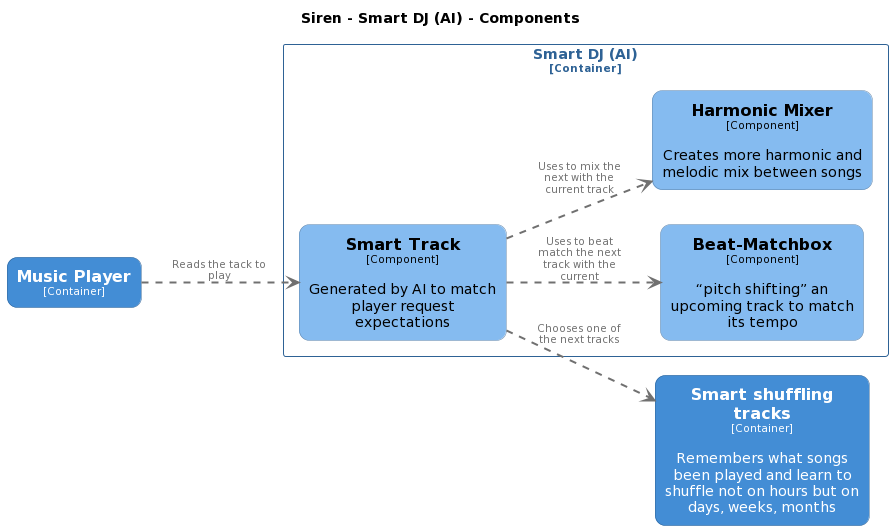
Earlier version of the PlantUML export docs/Siren.DJ.Component.png (DenisZhukovski/Siren). Source of this version:
```plantuml
@startuml
set separator none
title Siren - Smart DJ (AI) - Components

left to right direction

skinparam {
  arrowFontSize 10
  defaultTextAlignment center
  wrapWidth 200
  maxMessageSize 100
}

hide stereotype

skinparam rectangle<<Siren.SmartDJAI.BeatMatchbox>> {
  BackgroundColor #85bbf0
  FontColor #000000
  BorderColor #5d82a8
  roundCorner 20
  shadowing false
}
skinparam rectangle<<Siren.SmartDJAI.HarmonicMixer>> {
  BackgroundColor #85bbf0
  FontColor #000000
  BorderColor #5d82a8
  roundCorner 20
  shadowing false
}
skinparam rectangle<<Siren.MusicPlayer>> {
  BackgroundColor #438dd5
  FontColor #ffffff
  BorderColor #2e6295
  roundCorner 20
  shadowing false
}
skinparam rectangle<<Siren.SmartDJAI.SmartTrack>> {
  BackgroundColor #85bbf0
  FontColor #000000
  BorderColor #5d82a8
  roundCorner 20
  shadowing false
}
skinparam rectangle<<Siren.Smartshufflingtracks>> {
  BackgroundColor #438dd5
  FontColor #ffffff
  BorderColor #2e6295
  roundCorner 20
  shadowing false
}
skinparam rectangle<<Siren.SmartDJAI>> {
  BorderColor #2e6295
  FontColor #2e6295
  shadowing false
}

rectangle "==Music Player\n<size:10>[Container]</size>" <<Siren.MusicPlayer>> as Siren.MusicPlayer
rectangle "==Smart shuffling tracks\n<size:10>[Container]</size>\n\nRemembers what songs been played and learn to shuffle not on hours but on days, weeks, months" <<Siren.Smartshufflingtracks>> as Siren.Smartshufflingtracks

rectangle "Smart DJ (AI)\n<size:10>[Container]</size>" <<Siren.SmartDJAI>> {
  rectangle "==Smart Track\n<size:10>[Component]</size>\n\nGenerated by AI to match player request expectations" <<Siren.SmartDJAI.SmartTrack>> as Siren.SmartDJAI.SmartTrack
  rectangle "==Beat-Matchbox\n<size:10>[Component]</size>\n\n“pitch shifting” an upcoming track to match its tempo" <<Siren.SmartDJAI.BeatMatchbox>> as Siren.SmartDJAI.BeatMatchbox
  rectangle "==Harmonic Mixer\n<size:10>[Component]</size>\n\nCreates more harmonic and melodic mix between songs" <<Siren.SmartDJAI.HarmonicMixer>> as Siren.SmartDJAI.HarmonicMixer
}

Siren.MusicPlayer .[#707070,thickness=2].> Siren.SmartDJAI.SmartTrack : "<color:#707070>Reads the tack to play"
Siren.SmartDJAI.SmartTrack .[#707070,thickness=2].> Siren.SmartDJAI.BeatMatchbox : "<color:#707070>Uses to beat match the next track with the current"
Siren.SmartDJAI.SmartTrack .[#707070,thickness=2].> Siren.SmartDJAI.HarmonicMixer : "<color:#707070>Uses to mix the next with the current track"
Siren.SmartDJAI.SmartTrack .[#707070,thickness=2].> Siren.Smartshufflingtracks : "<color:#707070>Chooses one of the next tracks"
@enduml
```
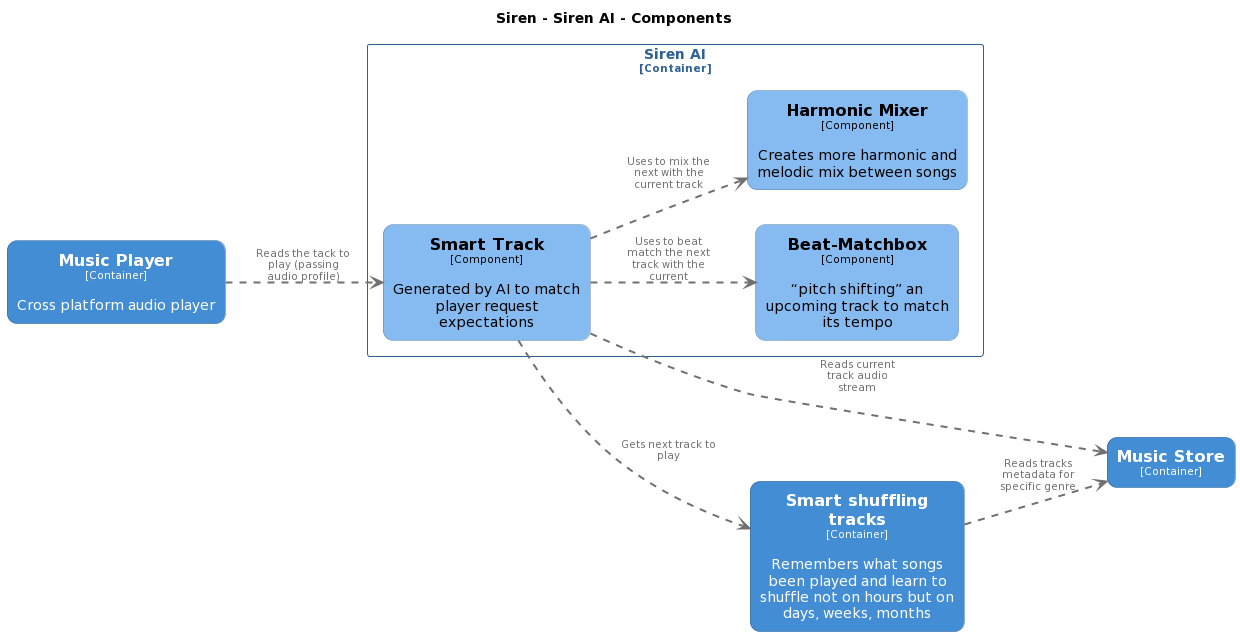
After the commit.

Diff of the diagram source:
```diff
@@ -1,6 +1,6 @@
 @startuml
 set separator none
-title Siren - Smart DJ (AI) - Components
+title Siren - Siren AI - Components
 
 left to right direction
 
@@ -13,14 +13,14 @@
 
 hide stereotype
 
-skinparam rectangle<<Siren.SmartDJAI.BeatMatchbox>> {
+skinparam rectangle<<Siren.SirenAI.BeatMatchbox>> {
   BackgroundColor #85bbf0
   FontColor #000000
   BorderColor #5d82a8
   roundCorner 20
   shadowing false
 }
-skinparam rectangle<<Siren.SmartDJAI.HarmonicMixer>> {
+skinparam rectangle<<Siren.SirenAI.HarmonicMixer>> {
   BackgroundColor #85bbf0
   FontColor #000000
   BorderColor #5d82a8
@@ -34,7 +34,14 @@
   roundCorner 20
   shadowing false
 }
-skinparam rectangle<<Siren.SmartDJAI.SmartTrack>> {
+skinparam rectangle<<Siren.MusicStore>> {
+  BackgroundColor #438dd5
+  FontColor #ffffff
+  BorderColor #2e6295
+  roundCorner 20
+  shadowing false
+}
+skinparam rectangle<<Siren.SirenAI.SmartTrack>> {
   BackgroundColor #85bbf0
   FontColor #000000
   BorderColor #5d82a8
@@ -48,23 +55,26 @@
   roundCorner 20
   shadowing false
 }
-skinparam rectangle<<Siren.SmartDJAI>> {
+skinparam rectangle<<Siren.SirenAI>> {
   BorderColor #2e6295
   FontColor #2e6295
   shadowing false
 }
 
-rectangle "==Music Player\n<size:10>[Container]</size>" <<Siren.MusicPlayer>> as Siren.MusicPlayer
+rectangle "==Music Store\n<size:10>[Container]</size>" <<Siren.MusicStore>> as Siren.MusicStore
+rectangle "==Music Player\n<size:10>[Container]</size>\n\nCross platform audio player" <<Siren.MusicPlayer>> as Siren.MusicPlayer
 rectangle "==Smart shuffling tracks\n<size:10>[Container]</size>\n\nRemembers what songs been played and learn to shuffle not on hours but on days, weeks, months" <<Siren.Smartshufflingtracks>> as Siren.Smartshufflingtracks
 
-rectangle "Smart DJ (AI)\n<size:10>[Container]</size>" <<Siren.SmartDJAI>> {
-  rectangle "==Smart Track\n<size:10>[Component]</size>\n\nGenerated by AI to match player request expectations" <<Siren.SmartDJAI.SmartTrack>> as Siren.SmartDJAI.SmartTrack
-  rectangle "==Beat-Matchbox\n<size:10>[Component]</size>\n\n“pitch shifting” an upcoming track to match its tempo" <<Siren.SmartDJAI.BeatMatchbox>> as Siren.SmartDJAI.BeatMatchbox
-  rectangle "==Harmonic Mixer\n<size:10>[Component]</size>\n\nCreates more harmonic and melodic mix between songs" <<Siren.SmartDJAI.HarmonicMixer>> as Siren.SmartDJAI.HarmonicMixer
+rectangle "Siren AI\n<size:10>[Container]</size>" <<Siren.SirenAI>> {
+  rectangle "==Beat-Matchbox\n<size:10>[Component]</size>\n\n“pitch shifting” an upcoming track to match its tempo" <<Siren.SirenAI.BeatMatchbox>> as Siren.SirenAI.BeatMatchbox
+  rectangle "==Harmonic Mixer\n<size:10>[Component]</size>\n\nCreates more harmonic and melodic mix between songs" <<Siren.SirenAI.HarmonicMixer>> as Siren.SirenAI.HarmonicMixer
+  rectangle "==Smart Track\n<size:10>[Component]</size>\n\nGenerated by AI to match player request expectations" <<Siren.SirenAI.SmartTrack>> as Siren.SirenAI.SmartTrack
 }
 
-Siren.MusicPlayer .[#707070,thickness=2].> Siren.SmartDJAI.SmartTrack : "<color:#707070>Reads the tack to play"
-Siren.SmartDJAI.SmartTrack .[#707070,thickness=2].> Siren.SmartDJAI.BeatMatchbox : "<color:#707070>Uses to beat match the next track with the current"
-Siren.SmartDJAI.SmartTrack .[#707070,thickness=2].> Siren.SmartDJAI.HarmonicMixer : "<color:#707070>Uses to mix the next with the current track"
-Siren.SmartDJAI.SmartTrack .[#707070,thickness=2].> Siren.Smartshufflingtracks : "<color:#707070>Chooses one of the next tracks"
+Siren.SirenAI.SmartTrack .[#707070,thickness=2].> Siren.SirenAI.BeatMatchbox : "<color:#707070>Uses to beat match the next track with the current"
+Siren.SirenAI.SmartTrack .[#707070,thickness=2].> Siren.SirenAI.HarmonicMixer : "<color:#707070>Uses to mix the next with the current track"
+Siren.SirenAI.SmartTrack .[#707070,thickness=2].> Siren.Smartshufflingtracks : "<color:#707070>Gets next track to play"
+Siren.SirenAI.SmartTrack .[#707070,thickness=2].> Siren.MusicStore : "<color:#707070>Reads current track audio stream"
+Siren.Smartshufflingtracks .[#707070,thickness=2].> Siren.MusicStore : "<color:#707070>Reads tracks metadata for specific genre"
+Siren.MusicPlayer .[#707070,thickness=2].> Siren.SirenAI.SmartTrack : "<color:#707070>Reads the tack to play (passing audio profile)"
 @enduml
```
